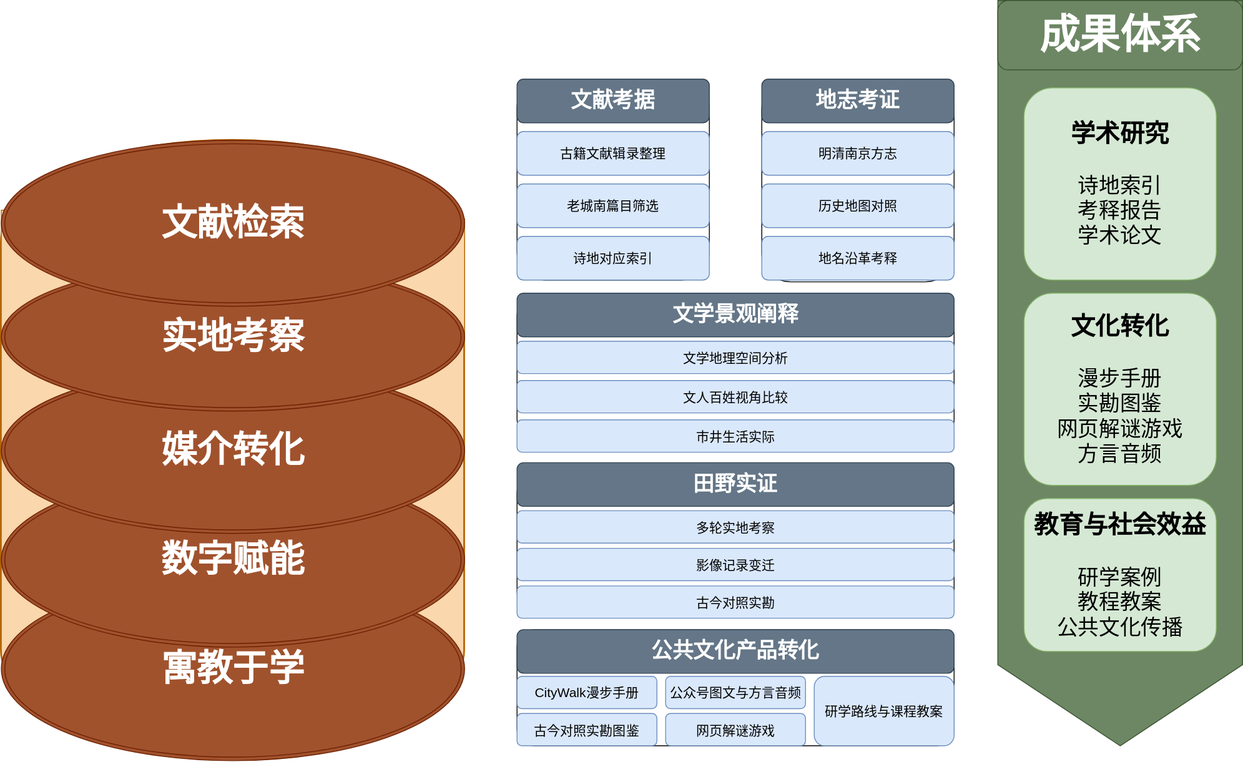
This is 2.drawio.svg from shuxilin06/ToMyLife2.0, a draw.io export, as it was before one commit. Source tidied: cells renumbered, new cells last; positions are measured from the earlier drawing's top-left corner, leaving out a move shared by most shapes.
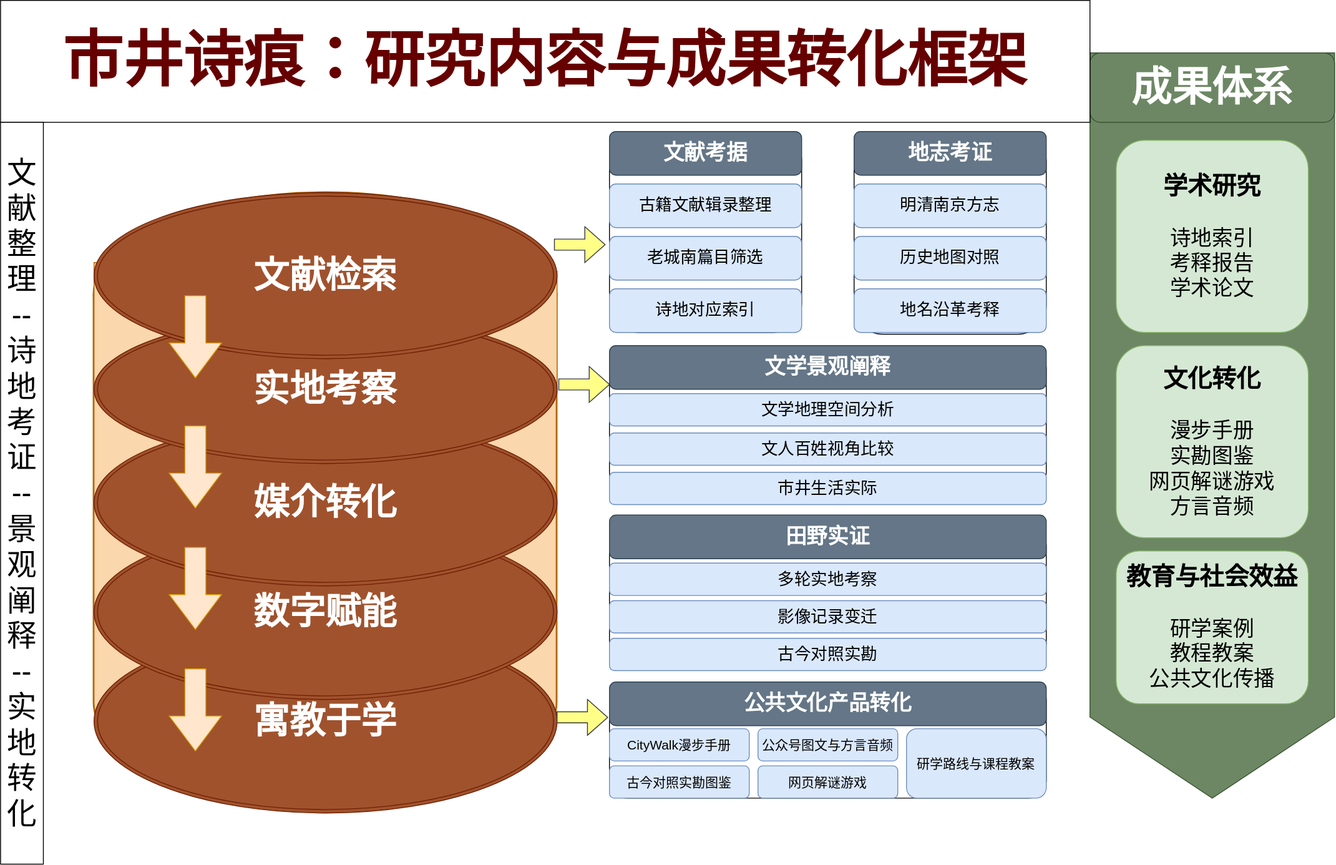
The same diagram one commit later.

What changed in the source:
```diff
@@ -44,49 +44,49 @@
     <mxCell id="15" value="文献考据" style="rounded=1;whiteSpace=wrap;html=1;roundedPerimeter=1;fillColor=#647687;strokeColor=#314354;fontColor=#ffffff;fontSize=24;fontStyle=1;" parent="1" vertex="1">
       <mxGeometry x="590" y="90" width="220" height="50" as="geometry" />
     </mxCell>
-    <mxCell id="16" value="古籍文献辑录整理" style="rounded=1;whiteSpace=wrap;html=1;roundedPerimeter=1;fillColor=#dae8fc;strokeColor=#6c8ebf;fontSize=15;" parent="1" vertex="1">
+    <mxCell id="16" value="古籍文献辑录整理" style="rounded=1;whiteSpace=wrap;html=1;roundedPerimeter=1;fillColor=#dae8fc;strokeColor=#6c8ebf;fontSize=19;" parent="1" vertex="1">
       <mxGeometry x="590" y="150" width="220" height="50" as="geometry" />
     </mxCell>
-    <mxCell id="17" value="老城南篇目筛选" style="rounded=1;whiteSpace=wrap;html=1;roundedPerimeter=1;fillColor=#dae8fc;strokeColor=#6c8ebf;fontSize=15;" parent="1" vertex="1">
+    <mxCell id="17" value="老城南篇目筛选" style="rounded=1;whiteSpace=wrap;html=1;roundedPerimeter=1;fillColor=#dae8fc;strokeColor=#6c8ebf;fontSize=19;" parent="1" vertex="1">
       <mxGeometry x="590" y="210" width="220" height="50" as="geometry" />
     </mxCell>
-    <mxCell id="18" value="诗地对应索引" style="rounded=1;whiteSpace=wrap;html=1;roundedPerimeter=1;fillColor=#dae8fc;strokeColor=#6c8ebf;fontSize=15;" parent="1" vertex="1">
+    <mxCell id="18" value="诗地对应索引" style="rounded=1;whiteSpace=wrap;html=1;roundedPerimeter=1;fillColor=#dae8fc;strokeColor=#6c8ebf;fontSize=19;" parent="1" vertex="1">
       <mxGeometry x="590" y="270" width="220" height="50" as="geometry" />
     </mxCell>
     <mxCell id="19" value="地志考证" style="rounded=1;whiteSpace=wrap;html=1;roundedPerimeter=1;fillColor=#647687;strokeColor=#314354;fontColor=#ffffff;fontSize=24;fontStyle=1;" parent="1" vertex="1">
       <mxGeometry x="870" y="90" width="220" height="50" as="geometry" />
     </mxCell>
-    <mxCell id="20" value="明清南京方志" style="rounded=1;whiteSpace=wrap;html=1;roundedPerimeter=1;fillColor=#dae8fc;strokeColor=#6c8ebf;fontSize=15;" parent="1" vertex="1">
+    <mxCell id="20" value="明清南京方志" style="rounded=1;whiteSpace=wrap;html=1;roundedPerimeter=1;fillColor=#dae8fc;strokeColor=#6c8ebf;fontSize=19;" parent="1" vertex="1">
       <mxGeometry x="870" y="150" width="220" height="50" as="geometry" />
     </mxCell>
-    <mxCell id="21" value="历史地图对照" style="rounded=1;whiteSpace=wrap;html=1;roundedPerimeter=1;fillColor=#dae8fc;strokeColor=#6c8ebf;fontSize=15;" parent="1" vertex="1">
+    <mxCell id="21" value="历史地图对照" style="rounded=1;whiteSpace=wrap;html=1;roundedPerimeter=1;fillColor=#dae8fc;strokeColor=#6c8ebf;fontSize=19;" parent="1" vertex="1">
       <mxGeometry x="870" y="210" width="220" height="50" as="geometry" />
     </mxCell>
-    <mxCell id="22" value="地名沿革考释" style="rounded=1;whiteSpace=wrap;html=1;roundedPerimeter=1;fillColor=#dae8fc;strokeColor=#6c8ebf;fontSize=15;" parent="1" vertex="1">
+    <mxCell id="22" value="地名沿革考释" style="rounded=1;whiteSpace=wrap;html=1;roundedPerimeter=1;fillColor=#dae8fc;strokeColor=#6c8ebf;fontSize=19;" parent="1" vertex="1">
       <mxGeometry x="870" y="270" width="220" height="50" as="geometry" />
     </mxCell>
     <mxCell id="23" value="文学景观阐释" style="rounded=1;whiteSpace=wrap;html=1;roundedPerimeter=1;fillColor=#647687;strokeColor=#314354;fontColor=#ffffff;fontSize=24;fontStyle=1;" parent="1" vertex="1">
       <mxGeometry x="590" y="335" width="500" height="50" as="geometry" />
     </mxCell>
-    <mxCell id="24" value="文人百姓视角比较" style="rounded=1;whiteSpace=wrap;html=1;roundedPerimeter=1;fillColor=#dae8fc;strokeColor=#6c8ebf;fontSize=15;" parent="1" vertex="1">
+    <mxCell id="24" value="文人百姓视角比较" style="rounded=1;whiteSpace=wrap;html=1;roundedPerimeter=1;fillColor=#dae8fc;strokeColor=#6c8ebf;fontSize=19;" parent="1" vertex="1">
       <mxGeometry x="590" y="435" width="500" height="37" as="geometry" />
     </mxCell>
-    <mxCell id="25" value="市井生活实际" style="rounded=1;whiteSpace=wrap;html=1;roundedPerimeter=1;fillColor=#dae8fc;strokeColor=#6c8ebf;fontSize=15;" parent="1" vertex="1">
+    <mxCell id="25" value="市井生活实际" style="rounded=1;whiteSpace=wrap;html=1;roundedPerimeter=1;fillColor=#dae8fc;strokeColor=#6c8ebf;fontSize=19;" parent="1" vertex="1">
       <mxGeometry x="590" y="480" width="500" height="37" as="geometry" />
     </mxCell>
-    <mxCell id="26" value="文学地理空间分析" style="rounded=1;whiteSpace=wrap;html=1;roundedPerimeter=1;fillColor=#dae8fc;strokeColor=#6c8ebf;fontSize=15;" parent="1" vertex="1">
+    <mxCell id="26" value="文学地理空间分析" style="rounded=1;whiteSpace=wrap;html=1;roundedPerimeter=1;fillColor=#dae8fc;strokeColor=#6c8ebf;fontSize=19;" parent="1" vertex="1">
       <mxGeometry x="590" y="390" width="500" height="37" as="geometry" />
     </mxCell>
     <mxCell id="27" value="田野实证" style="rounded=1;whiteSpace=wrap;html=1;roundedPerimeter=1;fillColor=#647687;strokeColor=#314354;fontColor=#ffffff;fontSize=24;fontStyle=1;" parent="1" vertex="1">
       <mxGeometry x="590" y="529" width="500" height="50" as="geometry" />
     </mxCell>
-    <mxCell id="28" value="影像记录变迁" style="rounded=1;whiteSpace=wrap;html=1;roundedPerimeter=1;fillColor=#dae8fc;strokeColor=#6c8ebf;fontSize=15;" parent="1" vertex="1">
+    <mxCell id="28" value="影像记录变迁" style="rounded=1;whiteSpace=wrap;html=1;roundedPerimeter=1;fillColor=#dae8fc;strokeColor=#6c8ebf;fontSize=19;" parent="1" vertex="1">
       <mxGeometry x="590" y="627" width="500" height="37" as="geometry" />
     </mxCell>
-    <mxCell id="29" value="古今对照实勘" style="rounded=1;whiteSpace=wrap;html=1;roundedPerimeter=1;fillColor=#dae8fc;strokeColor=#6c8ebf;fontSize=15;" parent="1" vertex="1">
+    <mxCell id="29" value="古今对照实勘" style="rounded=1;whiteSpace=wrap;html=1;roundedPerimeter=1;fillColor=#dae8fc;strokeColor=#6c8ebf;fontSize=19;" parent="1" vertex="1">
       <mxGeometry x="590" y="670" width="500" height="37" as="geometry" />
     </mxCell>
-    <mxCell id="30" value="多轮实地考察" style="rounded=1;whiteSpace=wrap;html=1;roundedPerimeter=1;fillColor=#dae8fc;strokeColor=#6c8ebf;fontSize=15;" parent="1" vertex="1">
+    <mxCell id="30" value="多轮实地考察" style="rounded=1;whiteSpace=wrap;html=1;roundedPerimeter=1;fillColor=#dae8fc;strokeColor=#6c8ebf;fontSize=19;" parent="1" vertex="1">
       <mxGeometry x="590" y="584" width="500" height="37" as="geometry" />
     </mxCell>
     <mxCell id="31" value="公共文化产品转化" style="rounded=1;whiteSpace=wrap;html=1;roundedPerimeter=1;fillColor=#647687;strokeColor=#314354;fontColor=#ffffff;fontSize=24;fontStyle=1;" parent="1" vertex="1">
@@ -122,5 +122,32 @@
     <mxCell id="41" value="&lt;font style=&quot;font-size: 28px;&quot;&gt;&lt;b&gt;教育与社会效益&lt;/b&gt;&lt;/font&gt;&lt;div&gt;&lt;br&gt;&lt;/div&gt;&lt;div&gt;研学案例&lt;/div&gt;&lt;div&gt;教程教案&lt;/div&gt;&lt;div&gt;公共文化传播&lt;/div&gt;" style="rounded=1;whiteSpace=wrap;html=1;roundedPerimeter=1;fillColor=#d5e8d4;strokeColor=#82b366;fontSize=24;" parent="1" vertex="1">
       <mxGeometry x="1170" y="570" width="220" height="175" as="geometry" />
     </mxCell>
+    <mxCell id="42" value="市井诗痕：研究内容与成果转化框架" style="rounded=0;whiteSpace=wrap;html=1;fontSize=69;fontStyle=1;fontColor=#660000;" parent="1" vertex="1">
+      <mxGeometry x="-107" y="-60" width="1247" height="139.5" as="geometry" />
+    </mxCell>
+    <mxCell id="43" style="html=1;shadow=0;dashed=0;align=center;verticalAlign=middle;shape=mxgraph.arrows2.arrow;dy=0.6;dx=40;direction=south;notch=0;fillColor=#ffe6cc;strokeColor=#d79b00;" parent="1" vertex="1">
+      <mxGeometry x="86" y="427" width="60" height="94" as="geometry" />
+    </mxCell>
+    <mxCell id="44" style="html=1;shadow=0;dashed=0;align=center;verticalAlign=middle;shape=mxgraph.arrows2.arrow;dy=0.6;dx=40;direction=south;notch=0;fillColor=#ffe6cc;strokeColor=#d79b00;" parent="1" vertex="1">
+      <mxGeometry x="86" y="566" width="60" height="94" as="geometry" />
+    </mxCell>
+    <mxCell id="45" style="html=1;shadow=0;dashed=0;align=center;verticalAlign=middle;shape=mxgraph.arrows2.arrow;dy=0.6;dx=40;direction=south;notch=0;fillColor=#ffe6cc;strokeColor=#d79b00;" parent="1" vertex="1">
+      <mxGeometry x="86" y="705" width="60" height="94" as="geometry" />
+    </mxCell>
+    <mxCell id="46" style="html=1;shadow=0;dashed=0;align=center;verticalAlign=middle;shape=mxgraph.arrows2.arrow;dy=0.6;dx=40;direction=south;notch=0;fillColor=#ffe6cc;strokeColor=#d79b00;" parent="1" vertex="1">
+      <mxGeometry x="86" y="278" width="60" height="94" as="geometry" />
+    </mxCell>
+    <mxCell id="47" style="html=1;shadow=0;dashed=0;align=center;verticalAlign=middle;shape=mxgraph.arrows2.arrow;dy=0.69;dx=23.2;notch=0;fillColor=#ffff88;strokeColor=#36393d;" parent="1" vertex="1">
+      <mxGeometry x="527" y="199" width="58" height="41" as="geometry" />
+    </mxCell>
+    <mxCell id="48" style="html=1;shadow=0;dashed=0;align=center;verticalAlign=middle;shape=mxgraph.arrows2.arrow;dy=0.69;dx=23.2;notch=0;fillColor=#ffff88;strokeColor=#36393d;" parent="1" vertex="1">
+      <mxGeometry x="532" y="359" width="58" height="41" as="geometry" />
+    </mxCell>
+    <mxCell id="49" style="html=1;shadow=0;dashed=0;align=center;verticalAlign=middle;shape=mxgraph.arrows2.arrow;dy=0.69;dx=23.2;notch=0;fillColor=#ffff88;strokeColor=#36393d;" parent="1" vertex="1">
+      <mxGeometry x="530" y="740" width="58" height="41" as="geometry" />
+    </mxCell>
+    <mxCell id="50" value="文献整理&lt;div&gt;&lt;span style=&quot;background-color: transparent; color: light-dark(#000000, var(--ge-light-color, #ffffff));&quot;&gt;--&lt;/span&gt;&lt;div&gt;&lt;span style=&quot;background-color: transparent; color: light-dark(#000000, var(--ge-light-color, #ffffff));&quot;&gt;诗地考证&lt;/span&gt;&lt;/div&gt;&lt;div&gt;&lt;span style=&quot;background-color: transparent; color: light-dark(#000000, var(--ge-light-color, #ffffff));&quot;&gt;--景观阐释&lt;/span&gt;&lt;/div&gt;&lt;div&gt;&lt;span style=&quot;background-color: transparent; color: light-dark(#000000, var(--ge-light-color, #ffffff));&quot;&gt;--实地转化&lt;/span&gt;&lt;br&gt;&lt;/div&gt;&lt;/div&gt;" style="rounded=0;whiteSpace=wrap;html=1;fontSize=34;" parent="1" vertex="1">
+      <mxGeometry x="-107" y="79.5" width="49" height="849" as="geometry" />
+    </mxCell>
   </root>
 </mxGraphModel>
```
